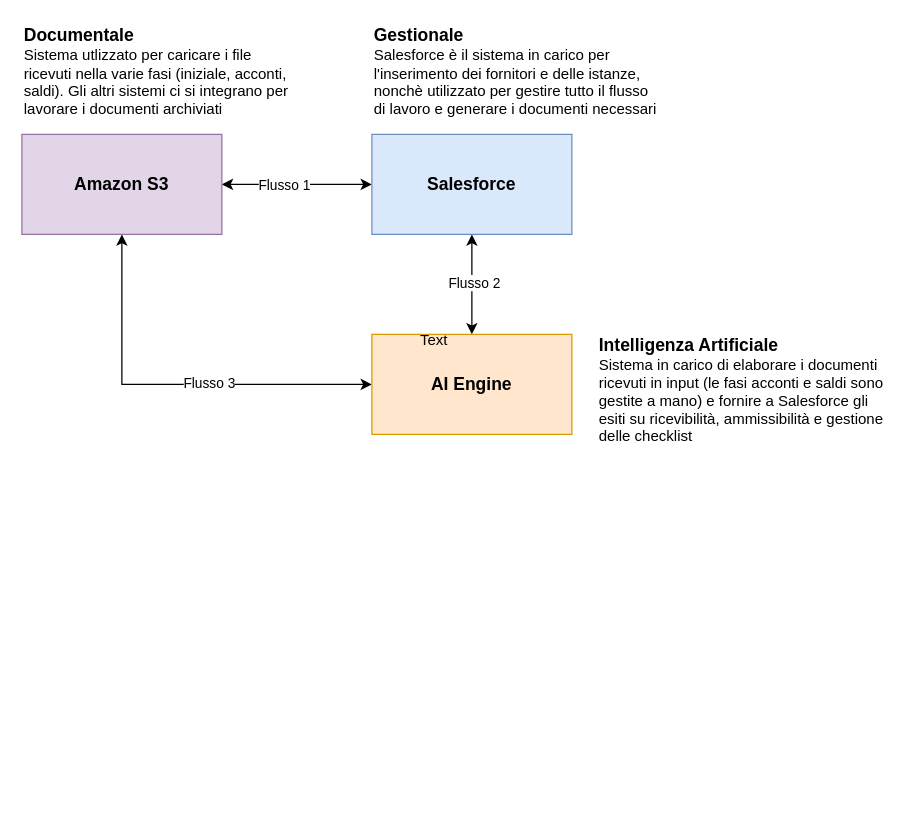
The draw.io diagram Regione_Sicilia_Istruzione_Architettura.drawio in dortolani/drawio, before the edit. Source tidied: cells renumbered, new cells numbered last; positions are measured from the earlier drawing's top-left corner, leaving out a move shared by most shapes. Both pictures are drawn from the tidied source at 125%, with x=0, y=0 at pixel (21, 21).
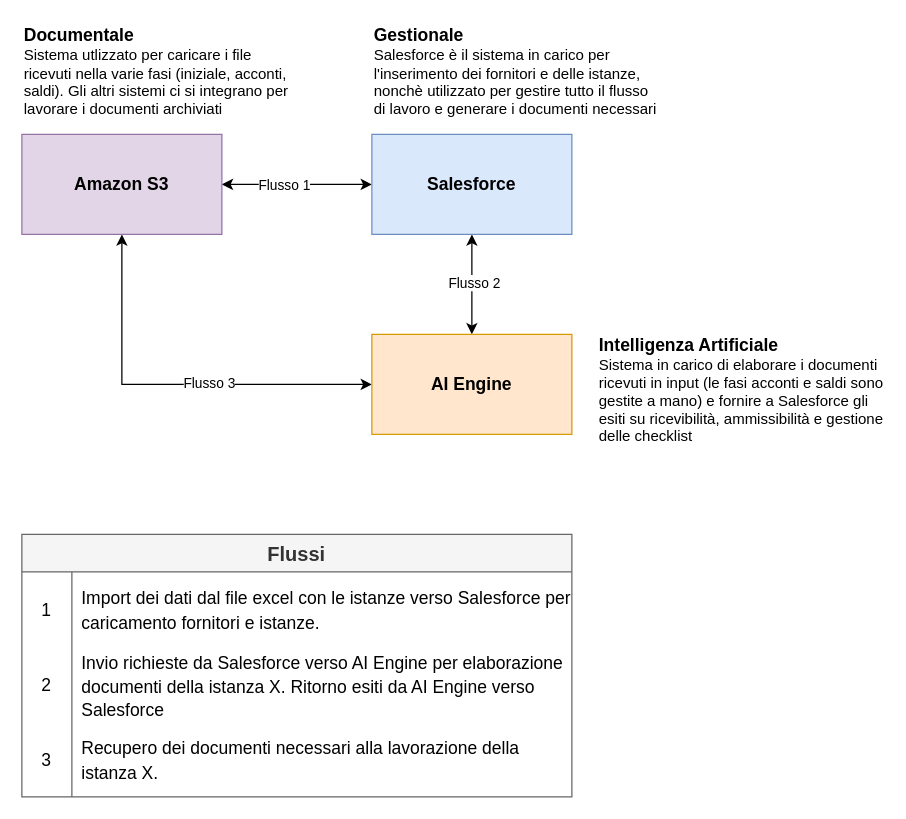
Above is the later version.

What changed in the source:
```diff
@@
-    <mxCell id="11" value="Text" style="text;html=1;align=center;verticalAlign=middle;whiteSpace=wrap;rounded=0;" parent="1" vertex="1">
-      <mxGeometry x="300" y="240" width="60" height="30" as="geometry" />
-    </mxCell>
@@
+    <mxCell id="15" value="Flussi" style="shape=table;startSize=30;childLayout=tableLayout;rowLines=0;fontStyle=1;strokeColor=#666666;fontSize=16;fillColor=#f5f5f5;fontColor=#333333;" parent="1" vertex="1">
+      <mxGeometry y="410" width="440" height="210" as="geometry" />
+    </mxCell>
+    <mxCell id="16" style="shape=tableRow;horizontal=0;startSize=0;swimlaneHead=0;swimlaneBody=0;top=0;left=0;bottom=0;right=0;fillColor=none;strokeColor=inherit;fontSize=16;" parent="15" vertex="1">
+      <mxGeometry y="30" width="440" height="60" as="geometry" />
+    </mxCell>
+    <mxCell id="17" value="&lt;font style=&quot;font-size: 14px;&quot;&gt;1&lt;/font&gt;" style="shape=partialRectangle;html=1;whiteSpace=wrap;fillColor=none;top=0;left=0;bottom=0;right=0;overflow=hidden;strokeColor=inherit;fontSize=16;" parent="16" vertex="1">
+      <mxGeometry width="40" height="60" as="geometry" />
+    </mxCell>
+    <mxCell id="18" value="&lt;span style=&quot;font-size: 14px;&quot;&gt;Import dei dati dal file excel con le istanze verso Salesforce per caricamento fornitori e istanze.&lt;/span&gt;" style="shape=partialRectangle;html=1;whiteSpace=wrap;fillColor=none;top=0;left=0;bottom=0;right=0;align=left;spacingLeft=6;overflow=hidden;strokeColor=inherit;fontSize=16;" parent="16" vertex="1">
+      <mxGeometry x="40" width="400" height="60" as="geometry" />
+    </mxCell>
+    <mxCell id="19" style="shape=tableRow;horizontal=0;startSize=0;swimlaneHead=0;swimlaneBody=0;top=0;left=0;bottom=0;right=0;fillColor=none;strokeColor=inherit;fontSize=16;" parent="15" vertex="1">
+      <mxGeometry y="90" width="440" height="60" as="geometry" />
+    </mxCell>
+    <mxCell id="20" value="&lt;font style=&quot;font-size: 14px;&quot;&gt;2&lt;/font&gt;" style="shape=partialRectangle;html=1;whiteSpace=wrap;fillColor=none;top=0;left=0;bottom=0;right=0;overflow=hidden;strokeColor=inherit;fontSize=16;" parent="19" vertex="1">
+      <mxGeometry width="40" height="60" as="geometry" />
+    </mxCell>
+    <mxCell id="21" value="&lt;font style=&quot;font-size: 14px;&quot;&gt;Invio richieste da Salesforce verso AI Engine per elaborazione documenti della istanza X. Ritorno esiti da AI Engine verso Salesforce&lt;/font&gt;" style="shape=partialRectangle;html=1;whiteSpace=wrap;fillColor=none;top=0;left=0;bottom=0;right=0;align=left;spacingLeft=6;overflow=hidden;strokeColor=inherit;fontSize=16;" parent="19" vertex="1">
+      <mxGeometry x="40" width="400" height="60" as="geometry" />
+    </mxCell>
+    <mxCell id="22" style="shape=tableRow;horizontal=0;startSize=0;swimlaneHead=0;swimlaneBody=0;top=0;left=0;bottom=0;right=0;fillColor=none;strokeColor=inherit;fontSize=16;" parent="15" vertex="1">
+      <mxGeometry y="150" width="440" height="60" as="geometry" />
+    </mxCell>
+    <mxCell id="23" value="&lt;font style=&quot;font-size: 14px;&quot;&gt;3&lt;/font&gt;" style="shape=partialRectangle;html=1;whiteSpace=wrap;fillColor=none;top=0;left=0;bottom=0;right=0;overflow=hidden;strokeColor=inherit;fontSize=16;" parent="22" vertex="1">
+      <mxGeometry width="40" height="60" as="geometry" />
+    </mxCell>
+    <mxCell id="24" value="&lt;font style=&quot;font-size: 14px;&quot;&gt;Recupero dei documenti necessari alla lavorazione della istanza X.&lt;/font&gt;" style="shape=partialRectangle;html=1;whiteSpace=wrap;fillColor=none;top=0;left=0;bottom=0;right=0;align=left;spacingLeft=6;overflow=hidden;strokeColor=inherit;fontSize=16;" parent="22" vertex="1">
+      <mxGeometry x="40" width="400" height="60" as="geometry" />
+    </mxCell>
```
